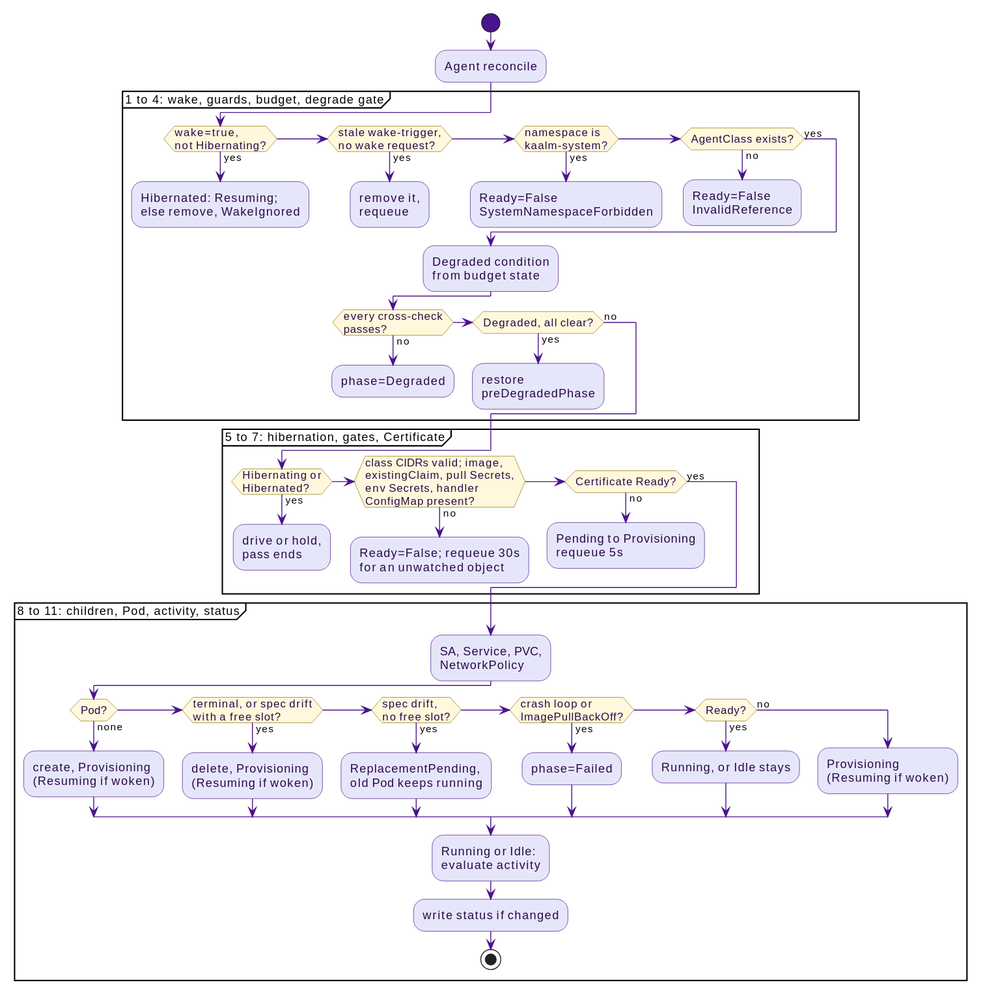
This is docs/src/diagrams/agent-reconcile-pass.svg from win07xp/kaalm, a PlantUML export, as it was before one commit.
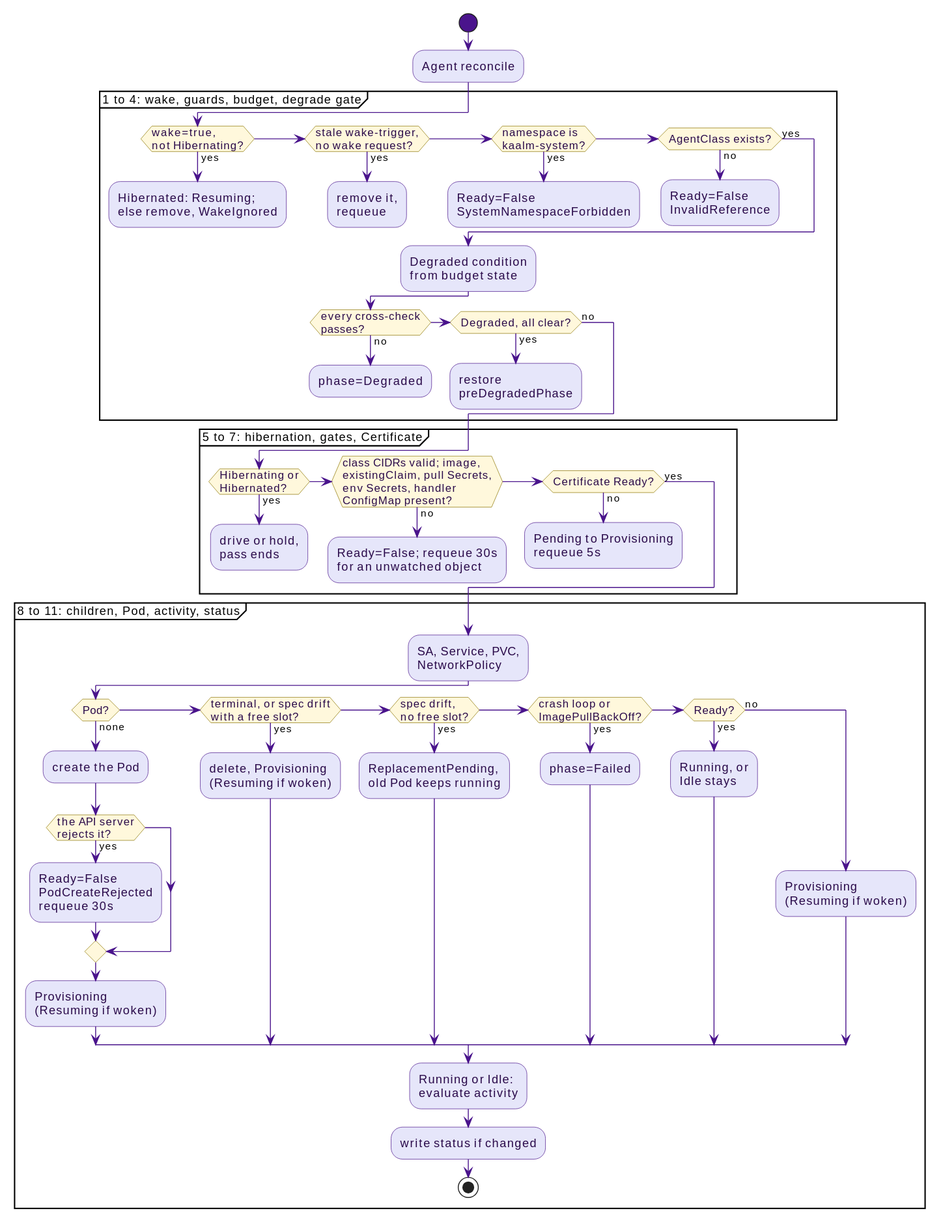
After the change.

Diff of the diagram source:
```diff
@@ -47,7 +47,11 @@
 partition "8 to 11: children, Pod, activity, status" {
   :SA, Service, PVC,\nNetworkPolicy;
   if (Pod?) then (none)
-    :create, Provisioning\n(Resuming if woken);
+    :create the Pod;
+    if (the API server\nrejects it?) then (yes)
+      :Ready=False\nPodCreateRejected\nrequeue 30s;
+    endif
+    :Provisioning\n(Resuming if woken);
   elseif (terminal, or spec drift\nwith a free slot?) then (yes)
     :delete, Provisioning\n(Resuming if woken);
   elseif (spec drift,\nno free slot?) then (yes)
@@ -55,7 +59,7 @@
   elseif (crash loop or\nImagePullBackOff?) then (yes)
     :phase=Failed;
   elseif (Ready?) then (yes)
-    :Running, or Idle stays;
+    :Running, or\nIdle stays;
   else (no)
     :Provisioning\n(Resuming if woken);
   endif
```
